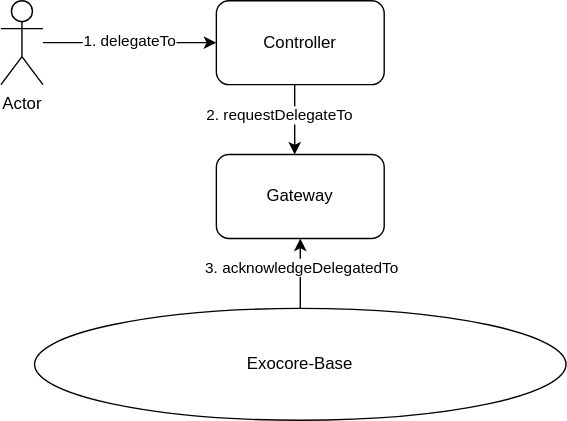
This is docs/delegate.drawio.svg from ExocoreNetwork/exocore-contracts, a draw.io export, as it was before one commit. Source tidied: cells renumbered, new cells last; positions are measured from the earlier drawing's top-left corner, leaving out a move shared by most shapes. The source it was exported from:
```xml
<mxGraphModel>
  <root>
    <mxCell id="0" />
    <mxCell id="1" parent="0" />
    <mxCell id="2" value="Gateway" style="rounded=1;whiteSpace=wrap;html=1;flipV=0;" parent="1" vertex="1">
      <mxGeometry x="154" y="110" width="120" height="60" as="geometry" />
    </mxCell>
    <mxCell id="3" style="edgeStyle=none;html=1;" parent="1" edge="1">
      <mxGeometry relative="1" as="geometry">
        <mxPoint x="210" y="60" as="sourcePoint" />
        <mxPoint x="210" y="110" as="targetPoint" />
      </mxGeometry>
    </mxCell>
    <mxCell id="4" value="2. requestDelegateTo" style="edgeLabel;html=1;align=center;verticalAlign=middle;" parent="3" vertex="1">
      <mxGeometry x="-0.16" y="-1" relative="1" as="geometry">
        <mxPoint x="-11" as="offset" />
      </mxGeometry>
    </mxCell>
    <mxCell id="5" value="Controller" style="rounded=1;whiteSpace=wrap;html=1;flipV=0;" parent="1" vertex="1">
      <mxGeometry x="154" width="120" height="60" as="geometry" />
    </mxCell>
    <mxCell id="6" style="edgeStyle=none;html=1;" parent="1" edge="1" source="8" target="2">
      <mxGeometry relative="1" as="geometry" />
    </mxCell>
    <mxCell id="7" value="3. acknowledgeDelegatedTo" style="edgeLabel;html=1;align=center;verticalAlign=middle;" parent="6" vertex="1">
      <mxGeometry x="-0.36" y="-1" relative="1" as="geometry">
        <mxPoint x="-1" y="-14" as="offset" />
      </mxGeometry>
    </mxCell>
    <mxCell id="8" value="Exocore-Base" style="ellipse;whiteSpace=wrap;html=1;" parent="1" vertex="1">
      <mxGeometry x="24" y="220" width="380" height="80" as="geometry" />
    </mxCell>
    <mxCell id="9" style="edgeStyle=none;html=1;" parent="1" edge="1" source="11">
      <mxGeometry relative="1" as="geometry">
        <mxPoint x="154" y="30" as="targetPoint" />
      </mxGeometry>
    </mxCell>
    <mxCell id="10" value="1. delegateTo" style="edgeLabel;html=1;align=center;verticalAlign=middle;" parent="9" vertex="1">
      <mxGeometry x="-0.32" y="2" relative="1" as="geometry">
        <mxPoint x="19" as="offset" />
      </mxGeometry>
    </mxCell>
    <mxCell id="11" value="Actor" style="shape=umlActor;verticalLabelPosition=bottom;verticalAlign=top;html=1;outlineConnect=0;" parent="1" vertex="1">
      <mxGeometry width="30" height="60" as="geometry" />
    </mxCell>
  </root>
</mxGraphModel>
```
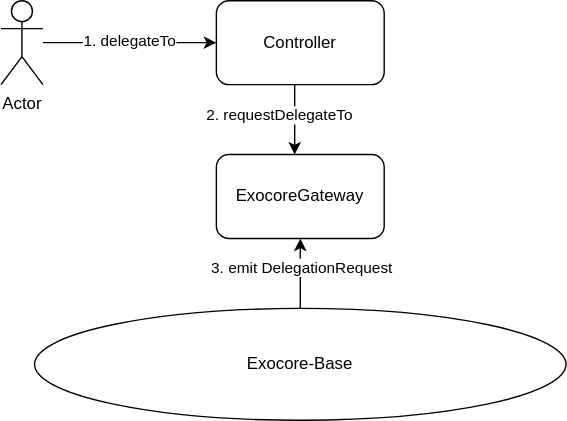
After the commit.

Diff of the diagram source:
```diff
@@ -2,7 +2,7 @@
   <root>
     <mxCell id="0" />
     <mxCell id="1" parent="0" />
-    <mxCell id="2" value="Gateway" style="rounded=1;whiteSpace=wrap;html=1;flipV=0;" parent="1" vertex="1">
+    <mxCell id="2" value="ExocoreGateway" style="rounded=1;whiteSpace=wrap;html=1;flipV=0;" parent="1" vertex="1">
       <mxGeometry x="154" y="110" width="120" height="60" as="geometry" />
     </mxCell>
     <mxCell id="3" style="edgeStyle=none;html=1;" parent="1" edge="1">
@@ -22,7 +22,7 @@
     <mxCell id="6" style="edgeStyle=none;html=1;" parent="1" edge="1" source="8" target="2">
       <mxGeometry relative="1" as="geometry" />
     </mxCell>
-    <mxCell id="7" value="3. acknowledgeDelegatedTo" style="edgeLabel;html=1;align=center;verticalAlign=middle;" parent="6" vertex="1">
+    <mxCell id="7" value="3. emit DelegationRequest" style="edgeLabel;html=1;align=center;verticalAlign=middle;" parent="6" vertex="1">
       <mxGeometry x="-0.36" y="-1" relative="1" as="geometry">
         <mxPoint x="-1" y="-14" as="offset" />
       </mxGeometry>
```
